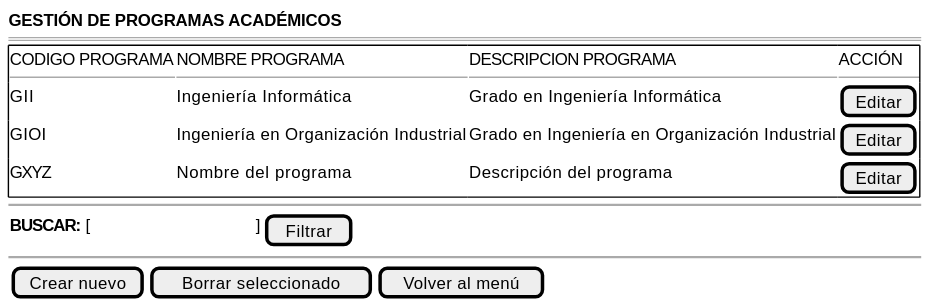
This is images/RUP/00-casos-uso/02-detalle/abrirProgramas/abrirProgramas-wireframe.svg from Hexcss/scheduler, a PlantUML export, as it was before one commit. The source it was exported from:
```plantuml
@startsalt abrirProgramas-wireframe
{
<b>GESTIÓN DE PROGRAMAS ACADÉMICOS</b>
===
{+  CODIGO PROGRAMA | NOMBRE PROGRAMA | DESCRIPCION PROGRAMA | ACCIÓN
  --|--|--|--
  GII | Ingeniería Informática | Grado en Ingeniería Informática | [Editar]
  GIOI | Ingeniería en Organización Industrial | Grado en Ingeniería en Organización Industrial | [Editar]
  GXYZ | Nombre del programa | Descripción del programa | [Editar]
  }
  ~~
  {<b>BUSCAR:</b> [                                       ] | [Filtrar]}
  ~~
  {[Crear nuevo] | [Borrar seleccionado] | [Volver al menú]}
}

@endsalt
```
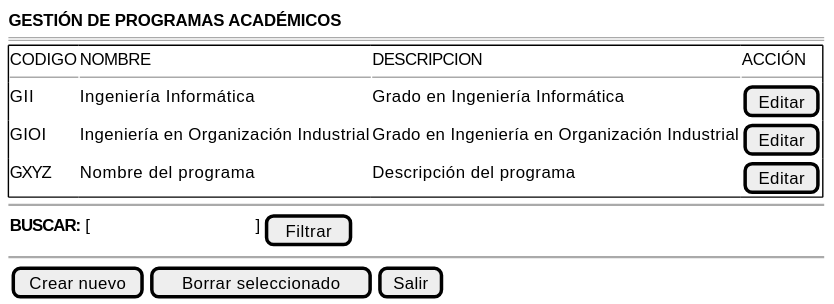
The same file after the commit.

What changed in the source:
```diff
@@ -2,7 +2,7 @@
 {
 <b>GESTIÓN DE PROGRAMAS ACADÉMICOS</b>
 ===
-{+  CODIGO PROGRAMA | NOMBRE PROGRAMA | DESCRIPCION PROGRAMA | ACCIÓN
+{+  CODIGO | NOMBRE | DESCRIPCION | ACCIÓN
   --|--|--|--
   GII | Ingeniería Informática | Grado en Ingeniería Informática | [Editar]
   GIOI | Ingeniería en Organización Industrial | Grado en Ingeniería en Organización Industrial | [Editar]
@@ -11,7 +11,7 @@
   ~~
   {<b>BUSCAR:</b> [                                       ] | [Filtrar]}
   ~~
-  {[Crear nuevo] | [Borrar seleccionado] | [Volver al menú]}
+  {[Crear nuevo] | [Borrar seleccionado] | [Salir]}
 }
 
 @endsalt
```
